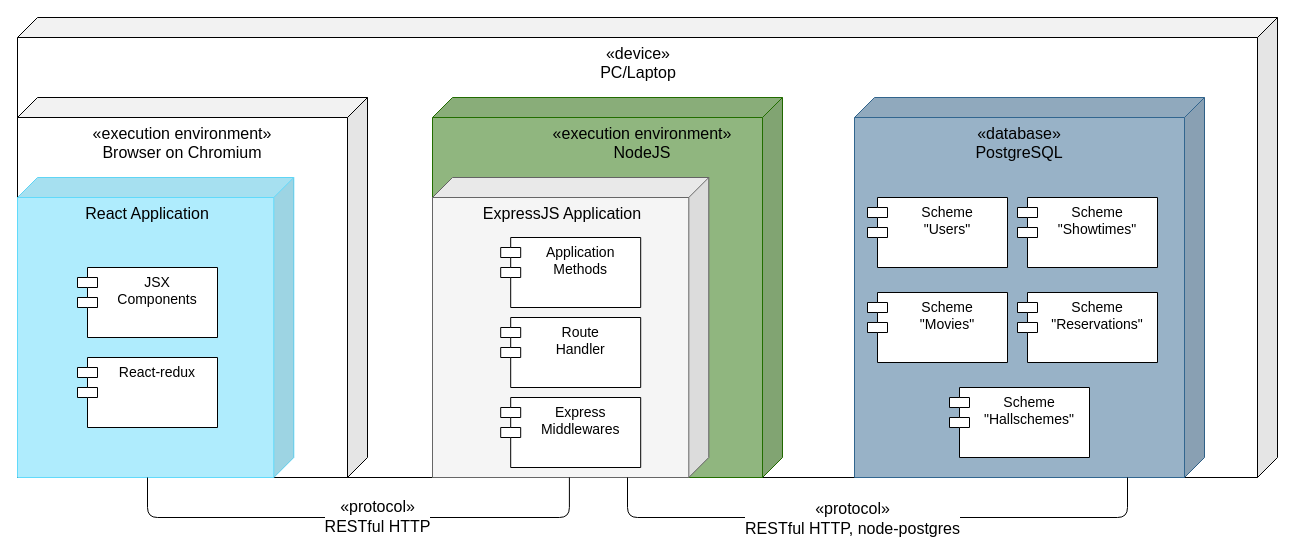
Before: images and schemes/UML deployment diagram.drawio in xreyaf/cinema-app, a draw.io diagram. Source tidied: cells renumbered, new cells numbered last; positions are measured from the earlier drawing's top-left corner, leaving out a move shared by most shapes. Both pictures are drawn from the tidied source at 100%, with x=0, y=0 at pixel (17, 17).
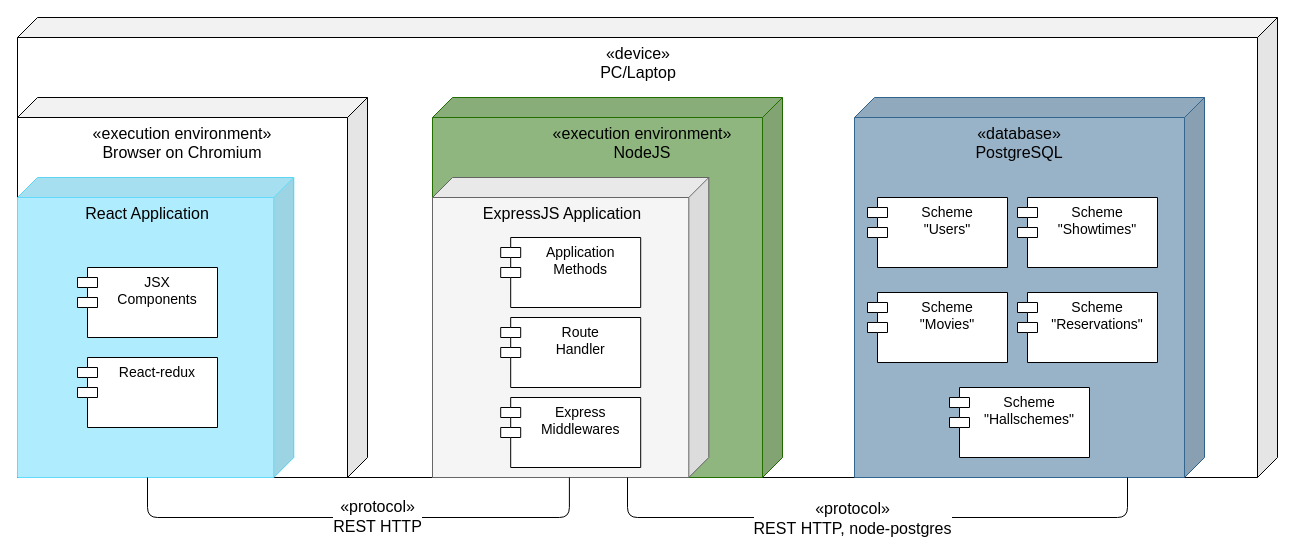
After the change.

Unchanged cells that the change refers to:
```xml
<mxCell id="25" style="endArrow=none;html=1;fontSize=14;edgeStyle=orthogonalEdgeStyle;" parent="1" edge="1" source="13" target="12">
  <mxGeometry relative="1" as="geometry">
    <Array as="points">
      <mxPoint x="610" y="500" />
      <mxPoint x="1110" y="500" />
    </Array>
  </mxGeometry>
</mxCell>
<mxCell id="27" style="endArrow=none;fontSize=14;edgeStyle=orthogonalEdgeStyle;html=1;" parent="1" edge="1" source="7">
  <mxGeometry relative="1" as="geometry">
    <mxPoint x="551.9" y="460" as="targetPoint" />
    <Array as="points">
      <mxPoint x="130" y="500" />
      <mxPoint x="552" y="500" />
    </Array>
  </mxGeometry>
</mxCell>
```

Change to the diagram source:
```diff
@@
-    <mxCell id="26" value="&lt;span style=&quot;font-size: 16px;&quot;&gt;«protocol&lt;/span&gt;&lt;span style=&quot;font-size: 16px;&quot;&gt;»&lt;br&gt;&lt;/span&gt;&lt;span style=&quot;font-size: 16px;&quot;&gt;RESTful&amp;nbsp;&lt;/span&gt;&lt;span style=&quot;font-size: 16px;&quot;&gt;HTTP, node-postgres&lt;/span&gt;" style="edgeLabel;html=1;align=center;verticalAlign=middle;fontSize=14;labelBackgroundColor=#ffffff;" parent="25" vertex="1">
+    <mxCell id="26" value="&lt;span style=&quot;font-size: 16px&quot;&gt;«protocol&lt;/span&gt;&lt;span style=&quot;font-size: 16px&quot;&gt;»&lt;br&gt;&lt;/span&gt;&lt;span style=&quot;font-size: 16px&quot;&gt;REST&amp;nbsp;&lt;/span&gt;&lt;span style=&quot;font-size: 16px&quot;&gt;HTTP, node-postgres&lt;/span&gt;" style="edgeLabel;html=1;align=center;verticalAlign=middle;fontSize=14;labelBackgroundColor=#ffffff;" parent="25" vertex="1">
       <mxGeometry x="-0.09" relative="1" as="geometry" />
     </mxCell>
@@
-    <mxCell id="28" value="&lt;span style=&quot;font-size: 16px;&quot;&gt;«protocol&lt;/span&gt;&lt;span style=&quot;font-size: 16px&quot;&gt;&lt;span style=&quot;&quot;&gt;»&lt;br&gt;&lt;/span&gt;&lt;span style=&quot;&quot;&gt;RESTful HTTP&lt;/span&gt;&lt;br&gt;&lt;/span&gt;" style="edgeLabel;html=1;align=center;verticalAlign=middle;fontSize=14;labelBackgroundColor=#ffffff;" parent="27" vertex="1">
+    <mxCell id="28" value="&lt;span style=&quot;font-size: 16px&quot;&gt;«protocol&lt;/span&gt;&lt;span style=&quot;font-size: 16px&quot;&gt;&lt;span&gt;»&lt;br&gt;&lt;/span&gt;&lt;span&gt;REST HTTP&lt;/span&gt;&lt;br&gt;&lt;/span&gt;" style="edgeLabel;html=1;align=center;verticalAlign=middle;fontSize=14;labelBackgroundColor=#ffffff;" parent="27" vertex="1">
       <mxGeometry x="0.07" y="2" relative="1" as="geometry" />
     </mxCell>
```
